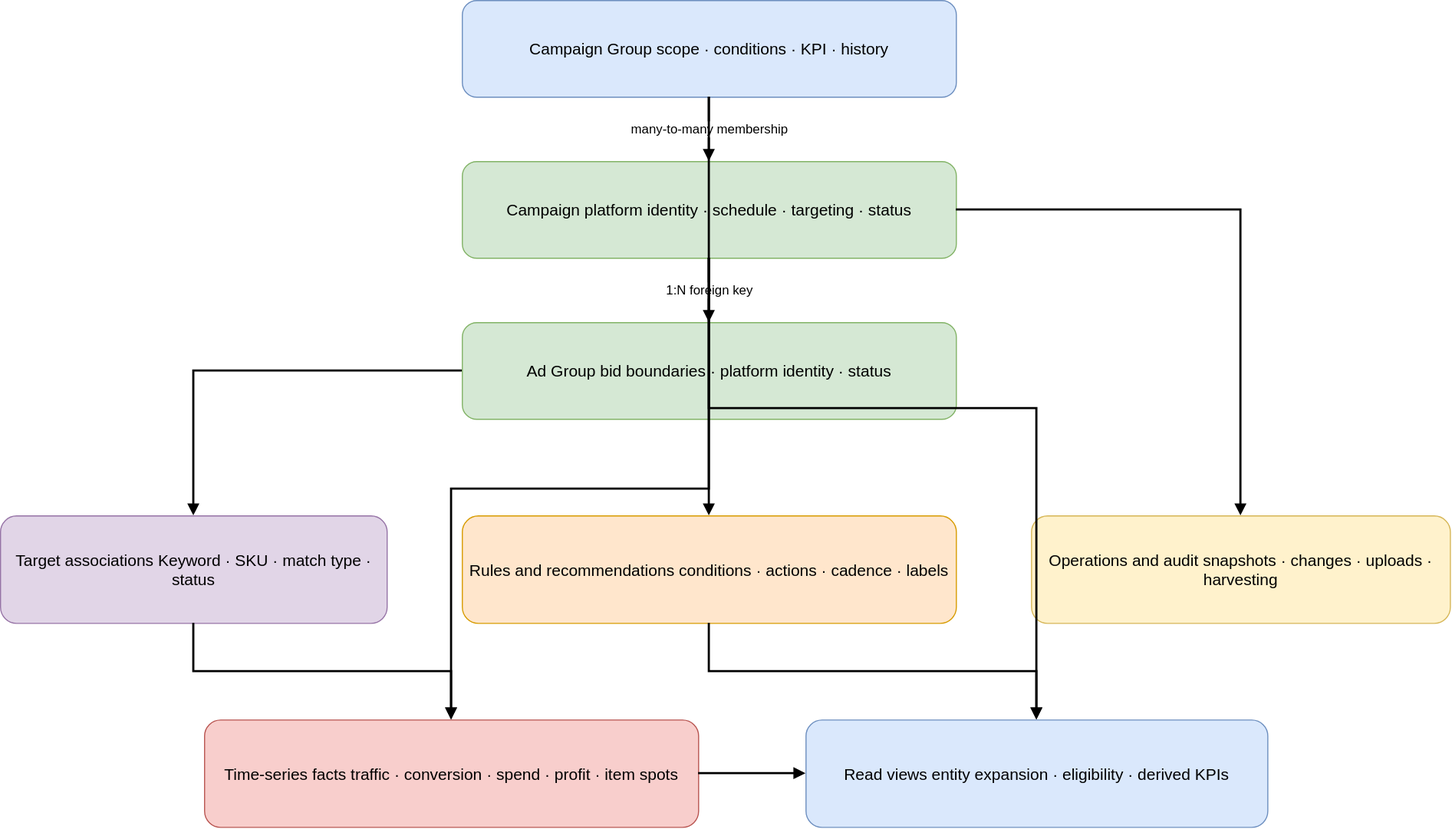
Above: docs/en/market-simulation/campaign-data-model.light.drawio.svg in Trance-0/MTA-strategy-optimizer (draw.io), before the change. Source tidied: cells renumbered, new cells last; positions are measured from the earlier drawing's top-left corner, leaving out a move shared by most shapes.
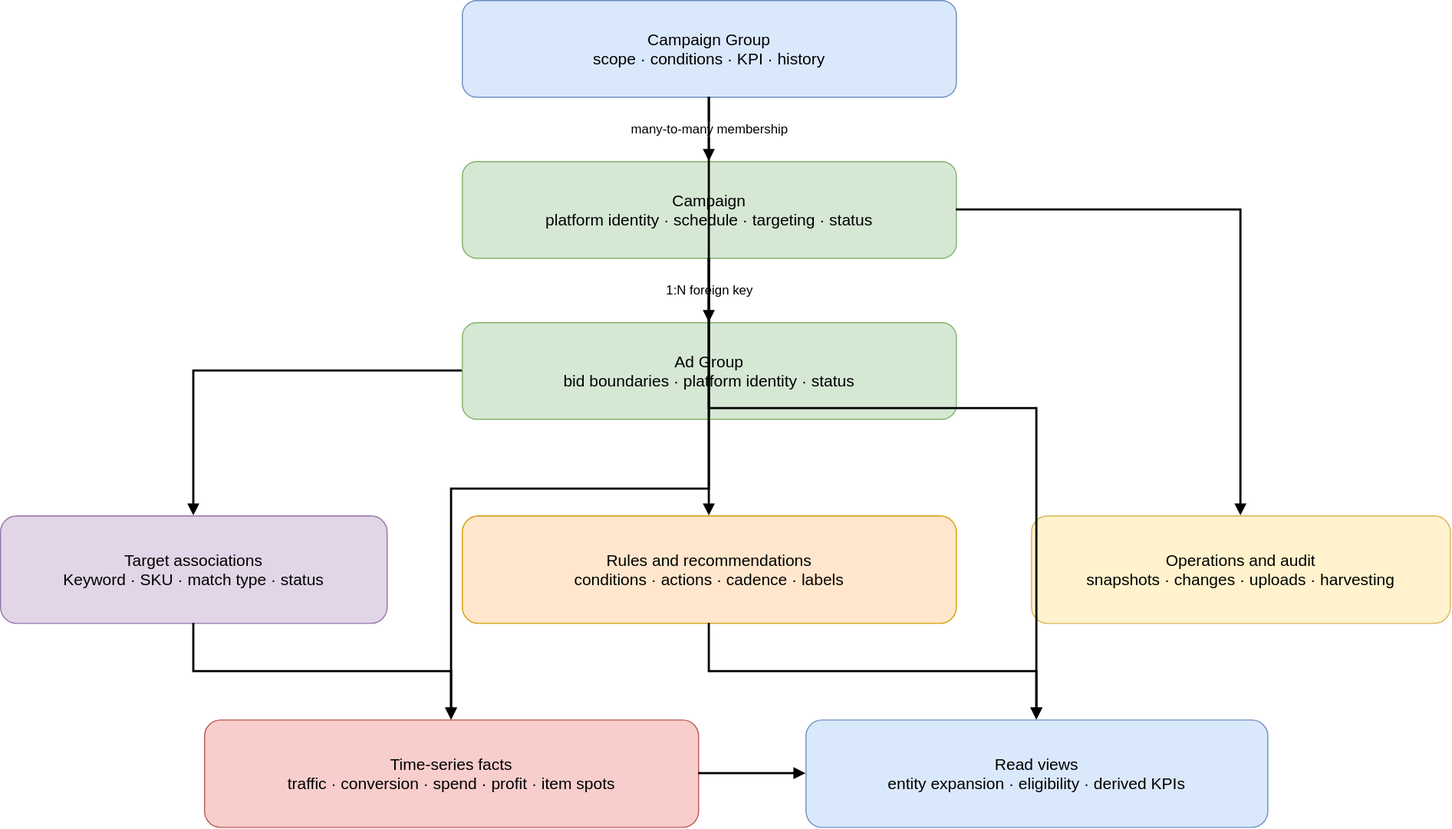
After the commit.

Change to the diagram source:
```diff
@@ -2,28 +2,28 @@
   <root>
     <mxCell id="0" />
     <mxCell id="1" parent="0" />
-    <mxCell id="2" value="Campaign Group scope · conditions · KPI · history" style="rounded=1;whiteSpace=wrap;html=1;fillColor=#dae8fc;strokeColor=#6c8ebf;fontSize=15;" parent="1" vertex="1">
+    <mxCell id="2" value="Campaign Group&lt;br&gt;scope · conditions · KPI · history" style="rounded=1;whiteSpace=wrap;html=1;fillColor=#dae8fc;strokeColor=#6c8ebf;fontSize=15;" parent="1" vertex="1">
       <mxGeometry x="430" width="460" height="90" as="geometry" />
     </mxCell>
-    <mxCell id="3" value="Campaign platform identity · schedule · targeting · status" style="rounded=1;whiteSpace=wrap;html=1;fillColor=#d5e8d4;strokeColor=#82b366;fontSize=15;" parent="1" vertex="1">
+    <mxCell id="3" value="Campaign&lt;br&gt;platform identity · schedule · targeting · status" style="rounded=1;whiteSpace=wrap;html=1;fillColor=#d5e8d4;strokeColor=#82b366;fontSize=15;" parent="1" vertex="1">
       <mxGeometry x="430" y="150" width="460" height="90" as="geometry" />
     </mxCell>
-    <mxCell id="4" value="Ad Group bid boundaries · platform identity · status" style="rounded=1;whiteSpace=wrap;html=1;fillColor=#d5e8d4;strokeColor=#82b366;fontSize=15;" parent="1" vertex="1">
+    <mxCell id="4" value="Ad Group&lt;br&gt;bid boundaries · platform identity · status" style="rounded=1;whiteSpace=wrap;html=1;fillColor=#d5e8d4;strokeColor=#82b366;fontSize=15;" parent="1" vertex="1">
       <mxGeometry x="430" y="300" width="460" height="90" as="geometry" />
     </mxCell>
-    <mxCell id="5" value="Target associations Keyword · SKU · match type · status" style="rounded=1;whiteSpace=wrap;html=1;fillColor=#e1d5e7;strokeColor=#9673a6;fontSize=15;" parent="1" vertex="1">
+    <mxCell id="5" value="Target associations&lt;br&gt;Keyword · SKU · match type · status" style="rounded=1;whiteSpace=wrap;html=1;fillColor=#e1d5e7;strokeColor=#9673a6;fontSize=15;" parent="1" vertex="1">
       <mxGeometry y="480" width="360" height="100" as="geometry" />
     </mxCell>
-    <mxCell id="6" value="Rules and recommendations conditions · actions · cadence · labels" style="rounded=1;whiteSpace=wrap;html=1;fillColor=#ffe6cc;strokeColor=#d79b00;fontSize=15;" parent="1" vertex="1">
+    <mxCell id="6" value="Rules and recommendations&lt;br&gt;conditions · actions · cadence · labels" style="rounded=1;whiteSpace=wrap;html=1;fillColor=#ffe6cc;strokeColor=#d79b00;fontSize=15;" parent="1" vertex="1">
       <mxGeometry x="430" y="480" width="460" height="100" as="geometry" />
     </mxCell>
-    <mxCell id="7" value="Operations and audit snapshots · changes · uploads · harvesting" style="rounded=1;whiteSpace=wrap;html=1;fillColor=#fff2cc;strokeColor=#d6b656;fontSize=15;" parent="1" vertex="1">
+    <mxCell id="7" value="Operations and audit&lt;br&gt;snapshots · changes · uploads · harvesting" style="rounded=1;whiteSpace=wrap;html=1;fillColor=#fff2cc;strokeColor=#d6b656;fontSize=15;" parent="1" vertex="1">
       <mxGeometry x="960" y="480" width="390" height="100" as="geometry" />
     </mxCell>
-    <mxCell id="8" value="Time-series facts traffic · conversion · spend · profit · item spots" style="rounded=1;whiteSpace=wrap;html=1;fillColor=#f8cecc;strokeColor=#b85450;fontSize=15;" parent="1" vertex="1">
+    <mxCell id="8" value="Time-series facts&lt;br&gt;traffic · conversion · spend · profit · item spots" style="rounded=1;whiteSpace=wrap;html=1;fillColor=#f8cecc;strokeColor=#b85450;fontSize=15;" parent="1" vertex="1">
       <mxGeometry x="190" y="670" width="460" height="100" as="geometry" />
     </mxCell>
-    <mxCell id="9" value="Read views entity expansion · eligibility · derived KPIs" style="rounded=1;whiteSpace=wrap;html=1;fillColor=#dae8fc;strokeColor=#6c8ebf;fontSize=15;" parent="1" vertex="1">
+    <mxCell id="9" value="Read views&lt;br&gt;entity expansion · eligibility · derived KPIs" style="rounded=1;whiteSpace=wrap;html=1;fillColor=#dae8fc;strokeColor=#6c8ebf;fontSize=15;" parent="1" vertex="1">
       <mxGeometry x="750" y="670" width="430" height="100" as="geometry" />
     </mxCell>
     <mxCell id="10" value="many-to-many membership" style="edgeStyle=orthogonalEdgeStyle;rounded=0;jettySize=auto;html=1;endArrow=block;endFill=1;strokeWidth=2;fontSize=12;" parent="1" edge="1" source="2" target="3">
```
